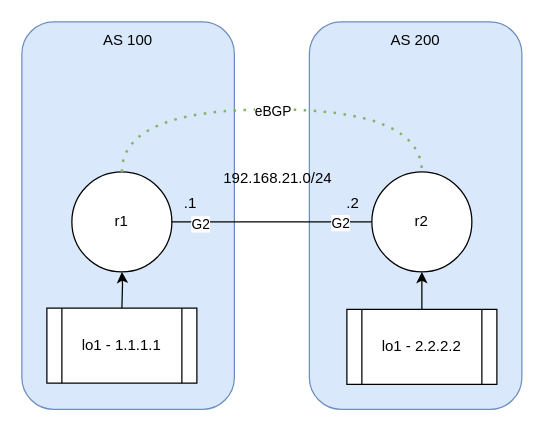
This is page "unicast-ipv4" (4 of 4) of source/_posts/address-family/mpbgp-diagrams.drawio from martyrsmith/martyrsmith.github.io, a draw.io file, before an edit. Source tidied: cells renumbered, new cells numbered last; positions are measured from the earlier drawing's top-left corner, leaving out a move shared by most shapes. Both pictures are drawn from the tidied source at 125%, with x=0, y=0 at pixel (21, 21).
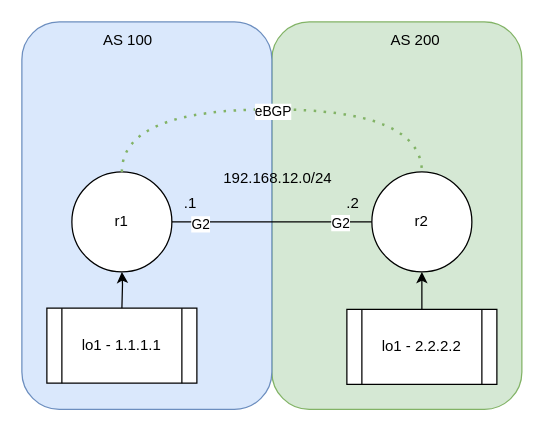
After the change.

Change to the diagram source:
```diff
@@
-    <mxCell id="2" style="rounded=1;whiteSpace=wrap;html=1;fillColor=#dae8fc;strokeColor=#6c8ebf;fontStyle=0;" parent="1" vertex="1">
-      <mxGeometry x="230" width="170" height="310" as="geometry" />
+    <mxCell id="2" style="rounded=1;whiteSpace=wrap;html=1;fillColor=#d5e8d4;strokeColor=#82b366;fontStyle=0;" parent="1" vertex="1">
+      <mxGeometry x="200" width="200" height="310" as="geometry" />
     </mxCell>
     <mxCell id="3" style="rounded=1;whiteSpace=wrap;html=1;fillColor=#dae8fc;strokeColor=#6c8ebf;" parent="1" vertex="1">
-      <mxGeometry width="170" height="310" as="geometry" />
+      <mxGeometry width="200" height="310" as="geometry" />
     </mxCell>
@@
-    <mxCell id="13" value="192.168.21.0/24" style="text;html=1;strokeColor=none;fillColor=none;align=center;verticalAlign=middle;whiteSpace=wrap;rounded=0;" parent="1" vertex="1">
+    <mxCell id="13" value="192.168.12.0/24" style="text;html=1;strokeColor=none;fillColor=none;align=center;verticalAlign=middle;whiteSpace=wrap;rounded=0;" parent="1" vertex="1">
       <mxGeometry x="160" y="110" width="90" height="30" as="geometry" />
     </mxCell>
```
